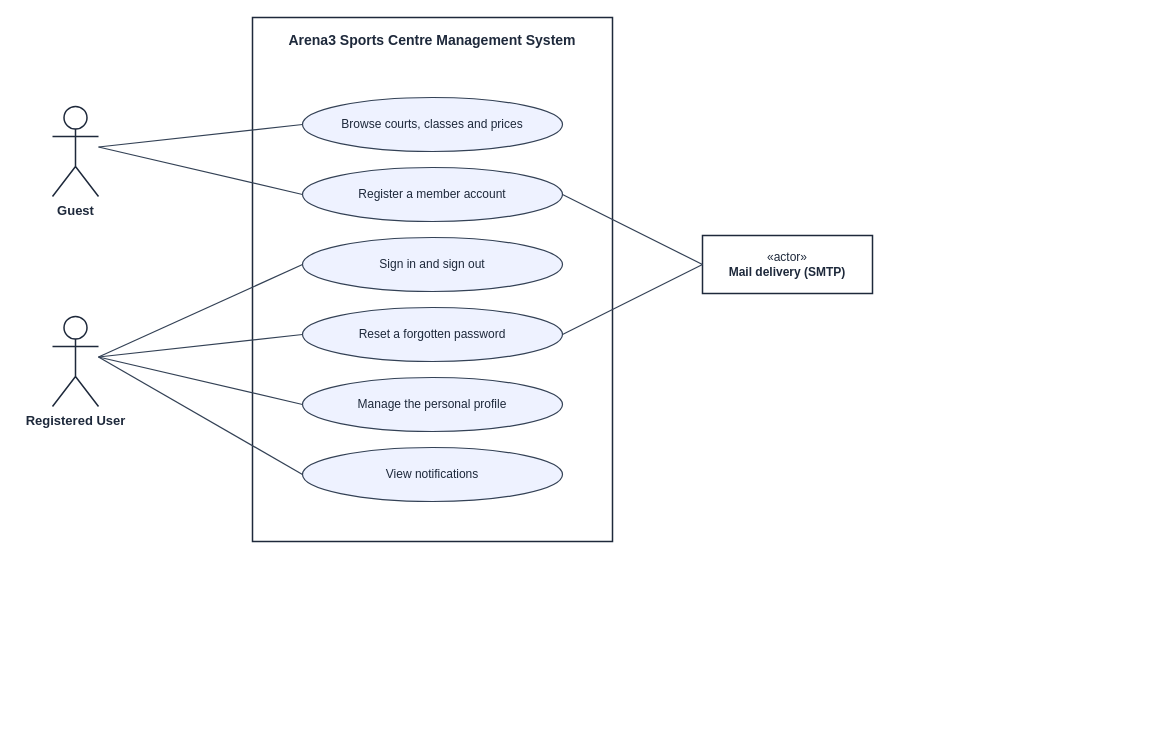
Above: docs/diagrams/srs/03-uc-account.drawio in facingshootingstar/Arena3 (draw.io), before the change. Source tidied: cells renumbered, new cells numbered last; positions are measured from the earlier drawing's top-left corner, leaving out a move shared by most shapes. Both pictures are drawn from the tidied source at 100%, with x=0, y=0 at pixel (52, 17).
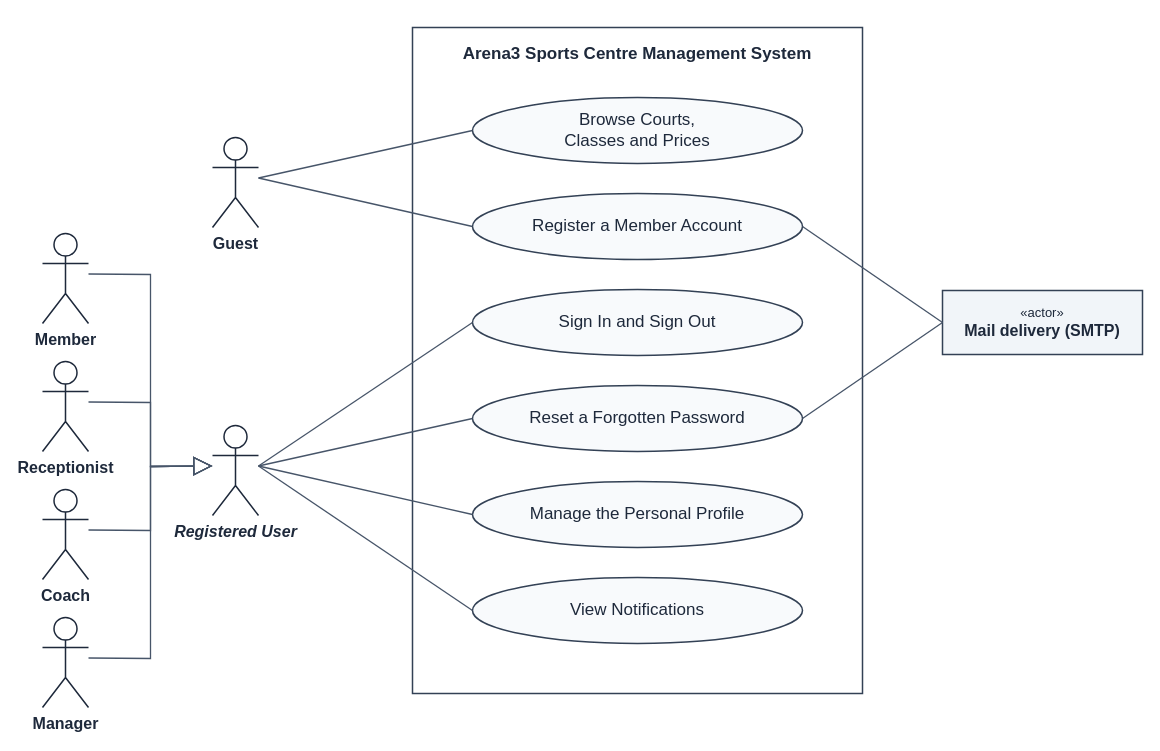
The same diagram, later.

Diff of the diagram source:
```diff
@@
-    <mxCell id="2" value="Arena3 Sports Centre Management System" style="rounded=0;whiteSpace=wrap;html=1;fillColor=none;strokeColor=#1e293b;strokeWidth=1.5;verticalAlign=top;align=center;spacingTop=8;fontFamily=Helvetica;fontSize=14;fontStyle=1;fontColor=#1e293b;" parent="1" vertex="1">
-      <mxGeometry x="200" width="360" height="524" as="geometry" />
+    <mxCell id="2" value="Arena3 Sports Centre Management System" style="rounded=0;whiteSpace=wrap;html=1;fillColor=none;strokeColor=#334155;strokeWidth=1.5;verticalAlign=top;align=center;spacingTop=10;fontFamily=Helvetica;fontSize=17;fontStyle=1;fontColor=#1e293b;" parent="1" vertex="1">
+      <mxGeometry x="360" y="10" width="450" height="666" as="geometry" />
     </mxCell>
-    <mxCell id="3" value="Browse courts, classes and prices" style="ellipse;whiteSpace=wrap;html=1;fillColor=#eef2ff;strokeColor=#334155;strokeWidth=1.2;fontFamily=Helvetica;fontSize=12;fontColor=#1e293b;" parent="1" vertex="1">
-      <mxGeometry x="250" y="80" width="260" height="54" as="geometry" />
-    </mxCell>
-    <mxCell id="4" value="Register a member account" style="ellipse;whiteSpace=wrap;html=1;fillColor=#eef2ff;strokeColor=#334155;strokeWidth=1.2;fontFamily=Helvetica;fontSize=12;fontColor=#1e293b;" parent="1" vertex="1">
-      <mxGeometry x="250" y="150" width="260" height="54" as="geometry" />
+    <mxCell id="4" value="Browse Courts,&lt;br&gt;Classes and Prices" style="ellipse;whiteSpace=wrap;html=1;spacingLeft=22;spacingRight=22;fillColor=#f8fafc;strokeColor=#334155;strokeWidth=1.5;fontFamily=Helvetica;fontSize=17;fontColor=#1e293b;" parent="1" vertex="1">
+      <mxGeometry x="420" y="80" width="330" height="66" as="geometry" />
     </mxCell>
-    <mxCell id="5" value="Sign in and sign out" style="ellipse;whiteSpace=wrap;html=1;fillColor=#eef2ff;strokeColor=#334155;strokeWidth=1.2;fontFamily=Helvetica;fontSize=12;fontColor=#1e293b;" parent="1" vertex="1">
-      <mxGeometry x="250" y="220" width="260" height="54" as="geometry" />
+    <mxCell id="5" value="Register a Member Account" style="ellipse;whiteSpace=wrap;html=1;spacingLeft=22;spacingRight=22;fillColor=#f8fafc;strokeColor=#334155;strokeWidth=1.5;fontFamily=Helvetica;fontSize=17;fontColor=#1e293b;" parent="1" vertex="1">
+      <mxGeometry x="420" y="176" width="330" height="66" as="geometry" />
     </mxCell>
-    <mxCell id="6" value="Reset a forgotten password" style="ellipse;whiteSpace=wrap;html=1;fillColor=#eef2ff;strokeColor=#334155;strokeWidth=1.2;fontFamily=Helvetica;fontSize=12;fontColor=#1e293b;" parent="1" vertex="1">
-      <mxGeometry x="250" y="290" width="260" height="54" as="geometry" />
+    <mxCell id="6" value="Sign In and Sign Out" style="ellipse;whiteSpace=wrap;html=1;spacingLeft=22;spacingRight=22;fillColor=#f8fafc;strokeColor=#334155;strokeWidth=1.5;fontFamily=Helvetica;fontSize=17;fontColor=#1e293b;" parent="1" vertex="1">
+      <mxGeometry x="420" y="272" width="330" height="66" as="geometry" />
     </mxCell>
-    <mxCell id="7" value="Manage the personal profile" style="ellipse;whiteSpace=wrap;html=1;fillColor=#eef2ff;strokeColor=#334155;strokeWidth=1.2;fontFamily=Helvetica;fontSize=12;fontColor=#1e293b;" parent="1" vertex="1">
-      <mxGeometry x="250" y="360" width="260" height="54" as="geometry" />
+    <mxCell id="7" value="Reset a Forgotten Password" style="ellipse;whiteSpace=wrap;html=1;spacingLeft=22;spacingRight=22;fillColor=#f8fafc;strokeColor=#334155;strokeWidth=1.5;fontFamily=Helvetica;fontSize=17;fontColor=#1e293b;" parent="1" vertex="1">
+      <mxGeometry x="420" y="368" width="330" height="66" as="geometry" />
     </mxCell>
-    <mxCell id="8" value="View notifications" style="ellipse;whiteSpace=wrap;html=1;fillColor=#eef2ff;strokeColor=#334155;strokeWidth=1.2;fontFamily=Helvetica;fontSize=12;fontColor=#1e293b;" parent="1" vertex="1">
-      <mxGeometry x="250" y="430" width="260" height="54" as="geometry" />
+    <mxCell id="8" value="Manage the Personal Profile" style="ellipse;whiteSpace=wrap;html=1;spacingLeft=22;spacingRight=22;fillColor=#f8fafc;strokeColor=#334155;strokeWidth=1.5;fontFamily=Helvetica;fontSize=17;fontColor=#1e293b;" parent="1" vertex="1">
+      <mxGeometry x="420" y="464" width="330" height="66" as="geometry" />
     </mxCell>
+    <mxCell id="20" value="View Notifications" style="ellipse;whiteSpace=wrap;html=1;spacingLeft=22;spacingRight=22;fillColor=#f8fafc;strokeColor=#334155;strokeWidth=1.5;fontFamily=Helvetica;fontSize=17;fontColor=#1e293b;" parent="1" vertex="1">
+      <mxGeometry x="420" y="560" width="330" height="66" as="geometry" />
+    </mxCell>
-    <mxCell id="9" value="Guest" style="shape=umlActor;verticalLabelPosition=bottom;verticalAlign=top;html=1;outlineConnect=0;fillColor=#ffffff;strokeColor=#1e293b;strokeWidth=1.5;fontFamily=Helvetica;fontSize=13;fontStyle=1;fontColor=#1e293b;" parent="1" vertex="1">
-      <mxGeometry y="89" width="46" height="90" as="geometry" />
+    <mxCell id="9" value="Guest" style="shape=umlActor;verticalLabelPosition=bottom;verticalAlign=top;html=1;outlineConnect=0;fillColor=#ffffff;strokeColor=#1e293b;strokeWidth=1.5;fontFamily=Helvetica;fontSize=16;fontStyle=1;fontColor=#1e293b;" parent="1" vertex="1">
+      <mxGeometry x="160" y="120" width="46" height="90" as="geometry" />
     </mxCell>
-    <mxCell id="10" style="endArrow=none;html=1;rounded=0;edgeStyle=none;strokeColor=#334155;strokeWidth=1.2;exitX=1.0000;exitY=0.4500;exitDx=0;exitDy=0;exitPerimeter=0;entryX=0.0000;entryY=0.5000;entryDx=0;entryDy=0;entryPerimeter=0;" parent="1" edge="1" source="9" target="3">
+    <mxCell id="10" style="endArrow=none;html=1;rounded=0;edgeStyle=none;strokeColor=#475569;strokeWidth=1.3;exitX=1.0000;exitY=0.4500;exitDx=0;exitDy=0;exitPerimeter=0;entryX=0.0000;entryY=0.5000;entryDx=0;entryDy=0;entryPerimeter=0;" parent="1" edge="1" source="9" target="4">
       <mxGeometry relative="1" as="geometry" />
     </mxCell>
-    <mxCell id="11" style="endArrow=none;html=1;rounded=0;edgeStyle=none;strokeColor=#334155;strokeWidth=1.2;exitX=1.0000;exitY=0.4500;exitDx=0;exitDy=0;exitPerimeter=0;entryX=0.0000;entryY=0.5000;entryDx=0;entryDy=0;entryPerimeter=0;" parent="1" edge="1" source="9" target="4">
+    <mxCell id="11" style="endArrow=none;html=1;rounded=0;edgeStyle=none;strokeColor=#475569;strokeWidth=1.3;exitX=1.0000;exitY=0.4500;exitDx=0;exitDy=0;exitPerimeter=0;entryX=0.0000;entryY=0.5000;entryDx=0;entryDy=0;entryPerimeter=0;" parent="1" edge="1" source="9" target="5">
       <mxGeometry relative="1" as="geometry" />
     </mxCell>
-    <mxCell id="12" value="Registered User" style="shape=umlActor;verticalLabelPosition=bottom;verticalAlign=top;html=1;outlineConnect=0;fillColor=#ffffff;strokeColor=#1e293b;strokeWidth=1.5;fontFamily=Helvetica;fontSize=13;fontStyle=1;fontColor=#1e293b;" parent="1" vertex="1">
-      <mxGeometry y="299" width="46" height="90" as="geometry" />
+    <mxCell id="12" value="Registered User" style="shape=umlActor;verticalLabelPosition=bottom;verticalAlign=top;html=1;outlineConnect=0;fillColor=#ffffff;strokeColor=#1e293b;strokeWidth=1.5;fontFamily=Helvetica;fontSize=16;fontStyle=3;fontColor=#1e293b;" parent="1" vertex="1">
+      <mxGeometry x="160" y="408" width="46" height="90" as="geometry" />
     </mxCell>
-    <mxCell id="13" style="endArrow=none;html=1;rounded=0;edgeStyle=none;strokeColor=#334155;strokeWidth=1.2;exitX=1.0000;exitY=0.4500;exitDx=0;exitDy=0;exitPerimeter=0;entryX=0.0000;entryY=0.5000;entryDx=0;entryDy=0;entryPerimeter=0;" parent="1" edge="1" source="12" target="5">
+    <mxCell id="13" style="endArrow=none;html=1;rounded=0;edgeStyle=none;strokeColor=#475569;strokeWidth=1.3;exitX=1.0000;exitY=0.4500;exitDx=0;exitDy=0;exitPerimeter=0;entryX=0.0000;entryY=0.5000;entryDx=0;entryDy=0;entryPerimeter=0;" parent="1" edge="1" source="12" target="6">
       <mxGeometry relative="1" as="geometry" />
     </mxCell>
-    <mxCell id="14" style="endArrow=none;html=1;rounded=0;edgeStyle=none;strokeColor=#334155;strokeWidth=1.2;exitX=1.0000;exitY=0.4500;exitDx=0;exitDy=0;exitPerimeter=0;entryX=0.0000;entryY=0.5000;entryDx=0;entryDy=0;entryPerimeter=0;" parent="1" edge="1" source="12" target="6">
+    <mxCell id="14" style="endArrow=none;html=1;rounded=0;edgeStyle=none;strokeColor=#475569;strokeWidth=1.3;exitX=1.0000;exitY=0.4500;exitDx=0;exitDy=0;exitPerimeter=0;entryX=0.0000;entryY=0.5000;entryDx=0;entryDy=0;entryPerimeter=0;" parent="1" edge="1" source="12" target="7">
       <mxGeometry relative="1" as="geometry" />
     </mxCell>
-    <mxCell id="15" style="endArrow=none;html=1;rounded=0;edgeStyle=none;strokeColor=#334155;strokeWidth=1.2;exitX=1.0000;exitY=0.4500;exitDx=0;exitDy=0;exitPerimeter=0;entryX=0.0000;entryY=0.5000;entryDx=0;entryDy=0;entryPerimeter=0;" parent="1" edge="1" source="12" target="7">
+    <mxCell id="15" style="endArrow=none;html=1;rounded=0;edgeStyle=none;strokeColor=#475569;strokeWidth=1.3;exitX=1.0000;exitY=0.4500;exitDx=0;exitDy=0;exitPerimeter=0;entryX=0.0000;entryY=0.5000;entryDx=0;entryDy=0;entryPerimeter=0;" parent="1" edge="1" source="12" target="8">
       <mxGeometry relative="1" as="geometry" />
     </mxCell>
-    <mxCell id="16" style="endArrow=none;html=1;rounded=0;edgeStyle=none;strokeColor=#334155;strokeWidth=1.2;exitX=1.0000;exitY=0.4500;exitDx=0;exitDy=0;exitPerimeter=0;entryX=0.0000;entryY=0.5000;entryDx=0;entryDy=0;entryPerimeter=0;" parent="1" edge="1" source="12" target="8">
+    <mxCell id="16" style="endArrow=none;html=1;rounded=0;edgeStyle=none;strokeColor=#475569;strokeWidth=1.3;exitX=1.0000;exitY=0.4500;exitDx=0;exitDy=0;exitPerimeter=0;entryX=0.0000;entryY=0.5000;entryDx=0;entryDy=0;entryPerimeter=0;" parent="1" edge="1" source="12" target="20">
       <mxGeometry relative="1" as="geometry" />
     </mxCell>
+    <mxCell id="21" value="Member" style="shape=umlActor;verticalLabelPosition=bottom;verticalAlign=top;html=1;outlineConnect=0;fillColor=#ffffff;strokeColor=#1e293b;strokeWidth=1.5;fontFamily=Helvetica;fontSize=16;fontStyle=1;fontColor=#1e293b;" parent="1" vertex="1">
+      <mxGeometry x="-10" y="216" width="46" height="90" as="geometry" />
+    </mxCell>
+    <mxCell id="22" style="endArrow=block;endFill=0;endSize=16;html=1;rounded=0;edgeStyle=none;strokeColor=#475569;strokeWidth=1.3;exitX=1.0000;exitY=0.4500;exitDx=0;exitDy=0;exitPerimeter=0;entryX=0.0000;entryY=0.4500;entryDx=0;entryDy=0;entryPerimeter=0;" parent="1" edge="1" source="21" target="12">
+      <mxGeometry relative="1" as="geometry">
+        <Array as="points">
+          <mxPoint x="98" y="257" />
+          <mxPoint x="98" y="449" />
+        </Array>
+      </mxGeometry>
+    </mxCell>
+    <mxCell id="23" value="Receptionist" style="shape=umlActor;verticalLabelPosition=bottom;verticalAlign=top;html=1;outlineConnect=0;fillColor=#ffffff;strokeColor=#1e293b;strokeWidth=1.5;fontFamily=Helvetica;fontSize=16;fontStyle=1;fontColor=#1e293b;" parent="1" vertex="1">
+      <mxGeometry x="-10" y="344" width="46" height="90" as="geometry" />
+    </mxCell>
+    <mxCell id="24" style="endArrow=block;endFill=0;endSize=16;html=1;rounded=0;edgeStyle=none;strokeColor=#475569;strokeWidth=1.3;exitX=1.0000;exitY=0.4500;exitDx=0;exitDy=0;exitPerimeter=0;entryX=0.0000;entryY=0.4500;entryDx=0;entryDy=0;entryPerimeter=0;" parent="1" edge="1" source="23" target="12">
+      <mxGeometry relative="1" as="geometry">
+        <Array as="points">
+          <mxPoint x="98" y="385" />
+          <mxPoint x="98" y="449" />
+        </Array>
+      </mxGeometry>
+    </mxCell>
+    <mxCell id="25" value="Coach" style="shape=umlActor;verticalLabelPosition=bottom;verticalAlign=top;html=1;outlineConnect=0;fillColor=#ffffff;strokeColor=#1e293b;strokeWidth=1.5;fontFamily=Helvetica;fontSize=16;fontStyle=1;fontColor=#1e293b;" parent="1" vertex="1">
+      <mxGeometry x="-10" y="472" width="46" height="90" as="geometry" />
+    </mxCell>
+    <mxCell id="26" style="endArrow=block;endFill=0;endSize=16;html=1;rounded=0;edgeStyle=none;strokeColor=#475569;strokeWidth=1.3;exitX=1.0000;exitY=0.4500;exitDx=0;exitDy=0;exitPerimeter=0;entryX=0.0000;entryY=0.4500;entryDx=0;entryDy=0;entryPerimeter=0;" parent="1" edge="1" source="25" target="12">
+      <mxGeometry relative="1" as="geometry">
+        <Array as="points">
+          <mxPoint x="98" y="513" />
+          <mxPoint x="98" y="449" />
+        </Array>
+      </mxGeometry>
+    </mxCell>
+    <mxCell id="27" value="Manager" style="shape=umlActor;verticalLabelPosition=bottom;verticalAlign=top;html=1;outlineConnect=0;fillColor=#ffffff;strokeColor=#1e293b;strokeWidth=1.5;fontFamily=Helvetica;fontSize=16;fontStyle=1;fontColor=#1e293b;" parent="1" vertex="1">
+      <mxGeometry x="-10" y="600" width="46" height="90" as="geometry" />
+    </mxCell>
+    <mxCell id="28" style="endArrow=block;endFill=0;endSize=16;html=1;rounded=0;edgeStyle=none;strokeColor=#475569;strokeWidth=1.3;exitX=1.0000;exitY=0.4500;exitDx=0;exitDy=0;exitPerimeter=0;entryX=0.0000;entryY=0.4500;entryDx=0;entryDy=0;entryPerimeter=0;" parent="1" edge="1" source="27" target="12">
+      <mxGeometry relative="1" as="geometry">
+        <Array as="points">
+          <mxPoint x="98" y="641" />
+          <mxPoint x="98" y="449" />
+        </Array>
+      </mxGeometry>
+    </mxCell>
-    <mxCell id="17" value="&amp;laquo;actor&amp;raquo;&lt;br&gt;&lt;b&gt;Mail delivery (SMTP)&lt;/b&gt;" style="rounded=0;whiteSpace=wrap;html=1;fillColor=#ffffff;strokeColor=#1e293b;strokeWidth=1.5;fontFamily=Helvetica;fontSize=12;fontColor=#1e293b;" parent="1" vertex="1">
-      <mxGeometry x="650" y="218" width="170" height="58" as="geometry" />
+    <mxCell id="17" value="&amp;laquo;actor&amp;raquo;&lt;br&gt;&lt;b&gt;&lt;font style=&quot;font-size:16px&quot;&gt;Mail delivery (SMTP)&lt;/font&gt;&lt;/b&gt;" style="rounded=0;whiteSpace=wrap;html=1;fillColor=#f1f5f9;strokeColor=#334155;strokeWidth=1.5;fontFamily=Helvetica;fontSize=13;fontColor=#1e293b;" parent="1" vertex="1">
+      <mxGeometry x="890" y="273" width="200" height="64" as="geometry" />
     </mxCell>
-    <mxCell id="18" style="endArrow=none;html=1;rounded=0;edgeStyle=none;strokeColor=#334155;strokeWidth=1.2;exitX=1.0000;exitY=0.5000;exitDx=0;exitDy=0;exitPerimeter=0;entryX=0.0000;entryY=0.5000;entryDx=0;entryDy=0;entryPerimeter=0;" parent="1" edge="1" source="4" target="17">
+    <mxCell id="18" style="endArrow=none;html=1;rounded=0;edgeStyle=none;strokeColor=#475569;strokeWidth=1.3;exitX=1.0000;exitY=0.5000;exitDx=0;exitDy=0;exitPerimeter=0;entryX=0.0000;entryY=0.5000;entryDx=0;entryDy=0;entryPerimeter=0;" parent="1" edge="1" source="5" target="17">
       <mxGeometry relative="1" as="geometry" />
     </mxCell>
-    <mxCell id="19" style="endArrow=none;html=1;rounded=0;edgeStyle=none;strokeColor=#334155;strokeWidth=1.2;exitX=1.0000;exitY=0.5000;exitDx=0;exitDy=0;exitPerimeter=0;entryX=0.0000;entryY=0.5000;entryDx=0;entryDy=0;entryPerimeter=0;" parent="1" edge="1" source="6" target="17">
+    <mxCell id="19" style="endArrow=none;html=1;rounded=0;edgeStyle=none;strokeColor=#475569;strokeWidth=1.3;exitX=1.0000;exitY=0.5000;exitDx=0;exitDy=0;exitPerimeter=0;entryX=0.0000;entryY=0.5000;entryDx=0;entryDy=0;entryPerimeter=0;" parent="1" edge="1" source="7" target="17">
       <mxGeometry relative="1" as="geometry" />
     </mxCell>
```
